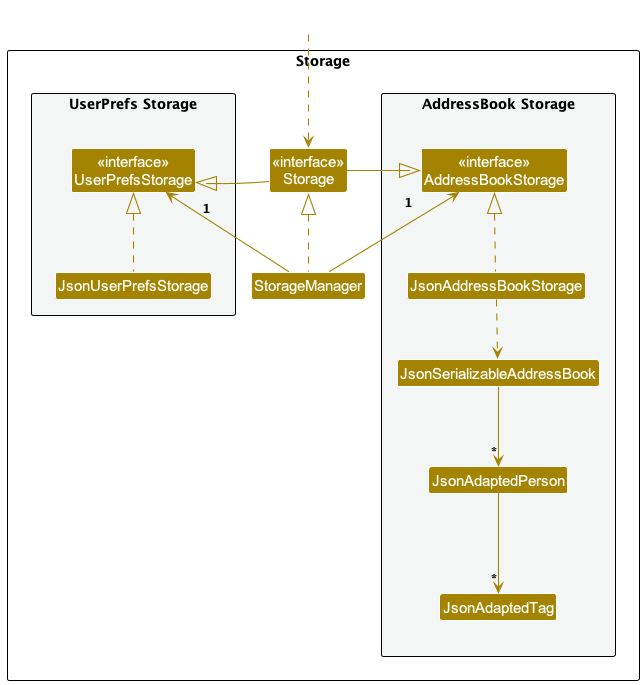
The PlantUML diagram docs/diagrams/StorageClassDiagram.png in isaacchua0309/tp, before a commit. The source it was exported from:
```plantuml
@startuml
!include style.puml
skinparam arrowThickness 1.1
skinparam arrowColor STORAGE_COLOR
skinparam classBackgroundColor STORAGE_COLOR

package Storage as StoragePackage {

package "UserPrefs Storage" #F4F6F6{
Class "<<interface>>\nUserPrefsStorage" as UserPrefsStorage
Class JsonUserPrefsStorage
}

Class "<<interface>>\nStorage" as Storage
Class StorageManager

package "AddressBook Storage" #F4F6F6{
Class "<<interface>>\nAddressBookStorage" as AddressBookStorage
Class JsonAddressBookStorage
Class JsonSerializableAddressBook
Class JsonAdaptedPerson
Class JsonAdaptedTag
}

}

Class HiddenOutside #FFFFFF
HiddenOutside ..> Storage

StorageManager .up.|> Storage
StorageManager -up-> "1" UserPrefsStorage
StorageManager -up-> "1" AddressBookStorage

Storage -left-|> UserPrefsStorage
Storage -right-|> AddressBookStorage

JsonUserPrefsStorage .up.|> UserPrefsStorage
JsonAddressBookStorage .up.|> AddressBookStorage
JsonAddressBookStorage ..> JsonSerializableAddressBook
JsonSerializableAddressBook --> "*" JsonAdaptedPerson
JsonAdaptedPerson --> "*" JsonAdaptedTag

@enduml
```
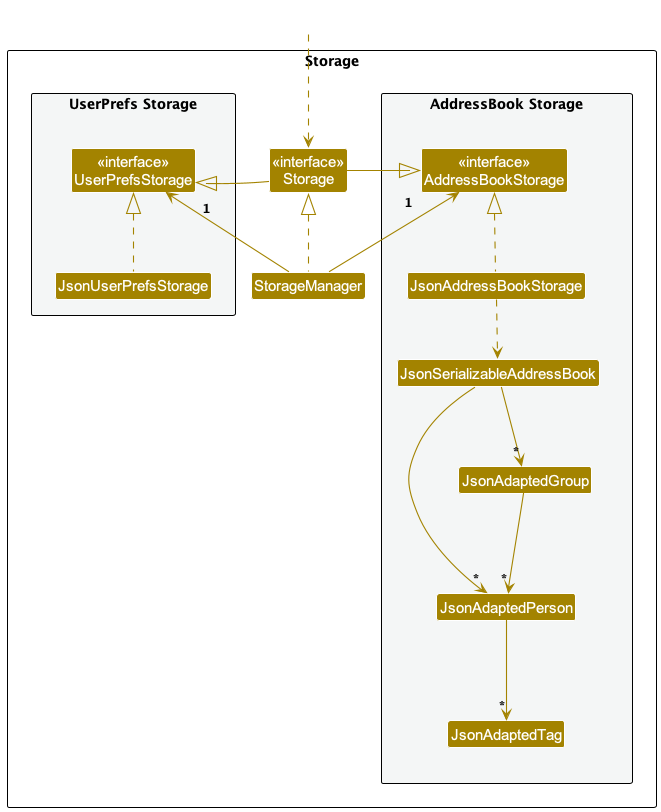
Above is the later version.

What changed in the source:
```diff
@@ -20,6 +20,7 @@
 Class JsonSerializableAddressBook
 Class JsonAdaptedPerson
 Class JsonAdaptedTag
+Class JsonAdaptedGroup
 }
 
 }
@@ -38,6 +39,8 @@
 JsonAddressBookStorage .up.|> AddressBookStorage
 JsonAddressBookStorage ..> JsonSerializableAddressBook
 JsonSerializableAddressBook --> "*" JsonAdaptedPerson
+JsonSerializableAddressBook --> "*" JsonAdaptedGroup
 JsonAdaptedPerson --> "*" JsonAdaptedTag
+JsonAdaptedGroup --> "*" JsonAdaptedPerson
 
 @enduml
```
